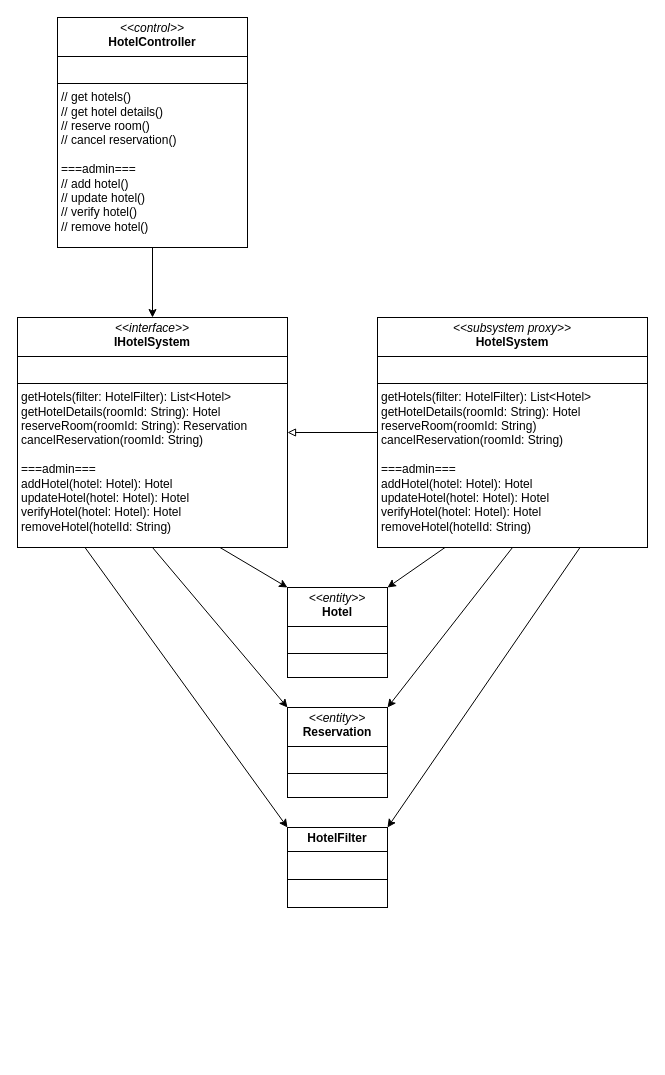
Earlier version of the draw.io diagram hotel_subsystem.drawio (tenmo2003/OOAD). Source tidied: cells renumbered, new cells numbered last; positions are measured from the earlier drawing's top-left corner, leaving out a move shared by most shapes. Both pictures are drawn from the tidied source at 100%, with x=0, y=0 at pixel (17, 17).
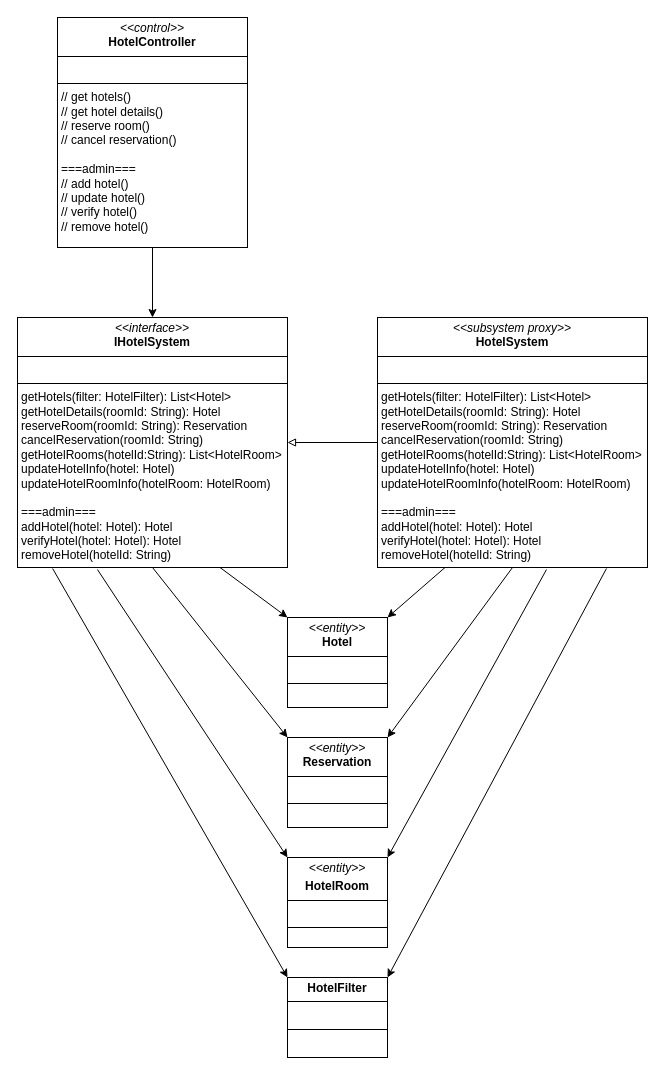
After the change.

Diff of the diagram source:
```diff
@@
 <mxGraphModel>
   <root>
     <mxCell id="0" />
     <mxCell id="1" parent="0" />
     <mxCell id="2" style="edgeStyle=orthogonalEdgeStyle;rounded=0;jettySize=auto;html=1;exitX=0.5;exitY=1;exitDx=0;exitDy=0;entryX=0.5;entryY=0;entryDx=0;entryDy=0;" parent="1" edge="1" source="3" target="7">
       <mxGeometry relative="1" as="geometry" />
     </mxCell>
     <mxCell id="3" value="&lt;p style=&quot;margin:0px;margin-top:4px;text-align:center;&quot;&gt;&lt;i&gt;&amp;lt;&amp;lt;control&amp;gt;&amp;gt;&lt;/i&gt;&lt;br&gt;&lt;b&gt;HotelController&lt;/b&gt;&lt;/p&gt;&lt;hr size=&quot;1&quot; style=&quot;border-style:solid;&quot;&gt;&lt;p style=&quot;margin:0px;margin-left:4px;&quot;&gt;&lt;br&gt;&lt;/p&gt;&lt;hr size=&quot;1&quot; style=&quot;border-style:solid;&quot;&gt;&lt;p style=&quot;margin:0px;margin-left:4px;&quot;&gt;// get hotels()&lt;/p&gt;&lt;p style=&quot;margin:0px;margin-left:4px;&quot;&gt;// get hotel details()&lt;/p&gt;&lt;p style=&quot;margin:0px;margin-left:4px;&quot;&gt;// reserve room()&lt;/p&gt;&lt;p style=&quot;margin:0px;margin-left:4px;&quot;&gt;// cancel reservation()&lt;/p&gt;&lt;p style=&quot;margin:0px;margin-left:4px;&quot;&gt;&lt;br&gt;&lt;/p&gt;&lt;p style=&quot;margin:0px;margin-left:4px;&quot;&gt;===admin===&lt;/p&gt;&lt;p style=&quot;margin:0px;margin-left:4px;&quot;&gt;// add hotel()&lt;/p&gt;&lt;p style=&quot;margin:0px;margin-left:4px;&quot;&gt;// update hotel()&lt;/p&gt;&lt;p style=&quot;margin:0px;margin-left:4px;&quot;&gt;// verify hotel()&lt;/p&gt;&lt;p style=&quot;margin:0px;margin-left:4px;&quot;&gt;// remove hotel()&lt;/p&gt;" style="verticalAlign=top;align=left;overflow=fill;html=1;whiteSpace=wrap;" parent="1" vertex="1">
       <mxGeometry x="40" width="190" height="230" as="geometry" />
     </mxCell>
     <mxCell id="4" style="rounded=0;jettySize=auto;html=1;exitX=0.75;exitY=1;exitDx=0;exitDy=0;entryX=0;entryY=0;entryDx=0;entryDy=0;" parent="1" edge="1" source="7" target="13">
       <mxGeometry relative="1" as="geometry" />
     </mxCell>
     <mxCell id="5" style="rounded=0;jettySize=auto;html=1;exitX=0.5;exitY=1;exitDx=0;exitDy=0;entryX=0;entryY=0;entryDx=0;entryDy=0;" parent="1" edge="1" source="7" target="15">
       <mxGeometry relative="1" as="geometry" />
     </mxCell>
-    <mxCell id="6" style="rounded=0;jettySize=auto;html=1;exitX=0.25;exitY=1;exitDx=0;exitDy=0;entryX=0;entryY=0;entryDx=0;entryDy=0;" parent="1" edge="1" source="7" target="14">
+    <mxCell id="6" style="rounded=0;jettySize=auto;html=1;exitX=0.13;exitY=1.004;exitDx=0;exitDy=0;entryX=0;entryY=0;entryDx=0;entryDy=0;exitPerimeter=0;" parent="1" edge="1" source="7" target="14">
       <mxGeometry relative="1" as="geometry" />
     </mxCell>
+    <mxCell id="16" style="rounded=0;jettySize=auto;html=1;exitX=0.296;exitY=1.008;exitDx=0;exitDy=0;entryX=0;entryY=0;entryDx=0;entryDy=0;exitPerimeter=0;" parent="1" edge="1" source="7" target="18">
+      <mxGeometry relative="1" as="geometry" />
+    </mxCell>
-    <mxCell id="7" value="&lt;p style=&quot;margin:0px;margin-top:4px;text-align:center;&quot;&gt;&lt;i&gt;&lt;span id=&quot;selected_text&quot;&gt;&lt;/span&gt;&lt;span id=&quot;selected_text&quot;&gt;&lt;/span&gt;&lt;span id=&quot;selected_text&quot;&gt;&lt;/span&gt;&lt;span id=&quot;selected_text&quot;&gt;&lt;/span&gt;&amp;lt;&amp;lt;interface&amp;gt;&amp;gt;&lt;/i&gt;&lt;br&gt;&lt;b&gt;IHotelSystem&lt;/b&gt;&lt;/p&gt;&lt;hr size=&quot;1&quot; style=&quot;border-style:solid;&quot;&gt;&lt;p style=&quot;margin:0px;margin-left:4px;&quot;&gt;&lt;br&gt;&lt;/p&gt;&lt;hr size=&quot;1&quot; style=&quot;border-style:solid;&quot;&gt;&lt;p style=&quot;margin:0px;margin-left:4px;&quot;&gt;getHotels(filter: HotelFilter): List&amp;lt;Hotel&amp;gt;&lt;/p&gt;&lt;p style=&quot;margin:0px;margin-left:4px;&quot;&gt;getHotelDetails(roomId: String): Hotel&lt;/p&gt;&lt;p style=&quot;margin:0px;margin-left:4px;&quot;&gt;reserveRoom(roomId: String): Reservation&lt;/p&gt;&lt;p style=&quot;margin:0px;margin-left:4px;&quot;&gt;cancelReservation(roomId: String)&lt;/p&gt;&lt;p style=&quot;margin:0px;margin-left:4px;&quot;&gt;&lt;br&gt;&lt;/p&gt;&lt;p style=&quot;margin:0px;margin-left:4px;&quot;&gt;===admin===&lt;/p&gt;&lt;p style=&quot;margin:0px;margin-left:4px;&quot;&gt;addHotel(hotel: Hotel): Hotel&lt;/p&gt;&lt;p style=&quot;margin:0px;margin-left:4px;&quot;&gt;updateHotel(hotel: Hotel): Hotel&lt;/p&gt;&lt;p style=&quot;margin:0px;margin-left:4px;&quot;&gt;verifyHotel(hotel: Hotel): Hotel&lt;/p&gt;&lt;p style=&quot;margin:0px;margin-left:4px;&quot;&gt;removeHotel(hotelId: String)&lt;/p&gt;" style="verticalAlign=top;align=left;overflow=fill;html=1;whiteSpace=wrap;" parent="1" vertex="1">
-      <mxGeometry y="300" width="270" height="230" as="geometry" />
+    <mxCell id="7" value="&lt;p style=&quot;margin:0px;margin-top:4px;text-align:center;&quot;&gt;&lt;i&gt;&amp;lt;&amp;lt;interface&amp;gt;&amp;gt;&lt;/i&gt;&lt;br&gt;&lt;b&gt;IHotelSystem&lt;/b&gt;&lt;/p&gt;&lt;hr size=&quot;1&quot; style=&quot;border-style:solid;&quot;&gt;&lt;p style=&quot;margin:0px;margin-left:4px;&quot;&gt;&lt;br&gt;&lt;/p&gt;&lt;hr size=&quot;1&quot; style=&quot;border-style:solid;&quot;&gt;&lt;p style=&quot;margin:0px;margin-left:4px;&quot;&gt;&lt;span id=&quot;selected_text&quot;&gt;&lt;/span&gt;getHotels(filter: HotelFilter): List&amp;lt;Hotel&amp;gt;&lt;/p&gt;&lt;p style=&quot;margin:0px;margin-left:4px;&quot;&gt;getHotelDetails(roomId: String): Hotel&lt;/p&gt;&lt;p style=&quot;margin:0px;margin-left:4px;&quot;&gt;reserveRoom(roomId: String): Reservation&lt;/p&gt;&lt;p style=&quot;margin:0px;margin-left:4px;&quot;&gt;cancelReservation(roomId: String)&lt;/p&gt;&lt;p style=&quot;margin:0px;margin-left:4px;&quot;&gt;getHotelRooms(hotelId:String): List&amp;lt;HotelRoom&amp;gt;&lt;/p&gt;&lt;p style=&quot;margin:0px;margin-left:4px;&quot;&gt;updateHotelInfo(hotel: Hotel)&lt;/p&gt;&lt;p style=&quot;margin:0px;margin-left:4px;&quot;&gt;updateHotelR&lt;span id=&quot;selected_text&quot;&gt;&lt;/span&gt;oomInfo(hotelRoom: HotelRoom)&lt;/p&gt;&lt;p style=&quot;margin:0px;margin-left:4px;&quot;&gt;&lt;br&gt;&lt;/p&gt;&lt;p style=&quot;margin:0px;margin-left:4px;&quot;&gt;===admin===&lt;/p&gt;&lt;p style=&quot;margin:0px;margin-left:4px;&quot;&gt;addHotel(hotel: Hotel): Hotel&lt;/p&gt;&lt;p style=&quot;margin:0px;margin-left:4px;&quot;&gt;verifyHotel(hotel: Hotel): Hotel&lt;/p&gt;&lt;p style=&quot;margin:0px;margin-left:4px;&quot;&gt;removeHotel(hotelId: String)&lt;/p&gt;" style="verticalAlign=top;align=left;overflow=fill;html=1;whiteSpace=wrap;" parent="1" vertex="1">
+      <mxGeometry y="300" width="270" height="250" as="geometry" />
     </mxCell>
     <mxCell id="8" style="edgeStyle=orthogonalEdgeStyle;rounded=0;jettySize=auto;html=1;exitX=0;exitY=0.5;exitDx=0;exitDy=0;entryX=1;entryY=0.5;entryDx=0;entryDy=0;endArrow=block;endFill=0;strokeWidth=1;" parent="1" edge="1" source="12" target="7">
       <mxGeometry relative="1" as="geometry" />
     </mxCell>
     <mxCell id="9" style="rounded=0;jettySize=auto;html=1;exitX=0.25;exitY=1;exitDx=0;exitDy=0;entryX=1;entryY=0;entryDx=0;entryDy=0;" parent="1" edge="1" source="12" target="13">
       <mxGeometry relative="1" as="geometry" />
     </mxCell>
     <mxCell id="10" style="rounded=0;jettySize=auto;html=1;exitX=0.5;exitY=1;exitDx=0;exitDy=0;entryX=1;entryY=0;entryDx=0;entryDy=0;" parent="1" edge="1" source="12" target="15">
       <mxGeometry relative="1" as="geometry" />
     </mxCell>
-    <mxCell id="11" style="rounded=0;jettySize=auto;html=1;exitX=0.75;exitY=1;exitDx=0;exitDy=0;entryX=1;entryY=0;entryDx=0;entryDy=0;" parent="1" edge="1" source="12" target="14">
+    <mxCell id="11" style="rounded=0;jettySize=auto;html=1;exitX=0.848;exitY=1.004;exitDx=0;exitDy=0;entryX=1;entryY=0;entryDx=0;entryDy=0;exitPerimeter=0;" parent="1" edge="1" source="12" target="14">
       <mxGeometry relative="1" as="geometry" />
     </mxCell>
+    <mxCell id="17" style="rounded=0;jettySize=auto;html=1;exitX=0.626;exitY=1.008;exitDx=0;exitDy=0;entryX=1;entryY=0;entryDx=0;entryDy=0;exitPerimeter=0;" parent="1" edge="1" source="12" target="18">
+      <mxGeometry relative="1" as="geometry" />
+    </mxCell>
-    <mxCell id="12" value="&lt;p style=&quot;margin:0px;margin-top:4px;text-align:center;&quot;&gt;&lt;i&gt;&amp;lt;&amp;lt;subsystem proxy&amp;gt;&amp;gt;&lt;/i&gt;&lt;br&gt;&lt;b&gt;&lt;span id=&quot;selected_text&quot;&gt;&lt;/span&gt;HotelSystem&lt;/b&gt;&lt;/p&gt;&lt;hr size=&quot;1&quot; style=&quot;border-style:solid;&quot;&gt;&lt;p style=&quot;margin:0px;margin-left:4px;&quot;&gt;&lt;br&gt;&lt;/p&gt;&lt;hr size=&quot;1&quot; style=&quot;border-style:solid;&quot;&gt;&lt;p style=&quot;margin:0px;margin-left:4px;&quot;&gt;getHotels(filter: HotelFilter): List&amp;lt;Hotel&amp;gt;&lt;/p&gt;&lt;p style=&quot;margin:0px;margin-left:4px;&quot;&gt;getHotelDetails(roomId: String): Hotel&lt;/p&gt;&lt;p style=&quot;margin:0px;margin-left:4px;&quot;&gt;reserveRoom(roomId: String)&lt;/p&gt;&lt;p style=&quot;margin:0px;margin-left:4px;&quot;&gt;cancelReservation(roomId: String)&lt;/p&gt;&lt;p style=&quot;margin:0px;margin-left:4px;&quot;&gt;&lt;br&gt;&lt;/p&gt;&lt;p style=&quot;margin:0px;margin-left:4px;&quot;&gt;===admin===&lt;/p&gt;&lt;p style=&quot;margin:0px;margin-left:4px;&quot;&gt;addHotel(hotel: Hotel): Hotel&lt;/p&gt;&lt;p style=&quot;margin:0px;margin-left:4px;&quot;&gt;updateHotel(hotel: Hotel): Hotel&lt;/p&gt;&lt;p style=&quot;margin:0px;margin-left:4px;&quot;&gt;verifyHotel(hotel: Hotel): Hotel&lt;/p&gt;&lt;p style=&quot;margin:0px;margin-left:4px;&quot;&gt;removeHotel(hotelId: String)&lt;/p&gt;" style="verticalAlign=top;align=left;overflow=fill;html=1;whiteSpace=wrap;" parent="1" vertex="1">
-      <mxGeometry x="360" y="300" width="270" height="230" as="geometry" />
+    <mxCell id="12" value="&lt;p style=&quot;margin:0px;margin-top:4px;text-align:center;&quot;&gt;&lt;i&gt;&amp;lt;&amp;lt;subsystem proxy&amp;gt;&amp;gt;&lt;/i&gt;&lt;br&gt;&lt;b&gt;HotelSystem&lt;/b&gt;&lt;/p&gt;&lt;hr size=&quot;1&quot; style=&quot;border-style:solid;&quot;&gt;&lt;p style=&quot;margin:0px;margin-left:4px;&quot;&gt;&lt;br&gt;&lt;/p&gt;&lt;hr size=&quot;1&quot; style=&quot;border-style:solid;&quot;&gt;&lt;p style=&quot;margin: 0px 0px 0px 4px;&quot;&gt;getHotels(filter: HotelFilter): List&amp;lt;Hotel&amp;gt;&lt;/p&gt;&lt;p style=&quot;margin: 0px 0px 0px 4px;&quot;&gt;getHotelDetails(roomId: String): Hotel&lt;/p&gt;&lt;p style=&quot;margin: 0px 0px 0px 4px;&quot;&gt;reserveRoom(roomId: String): Reservation&lt;/p&gt;&lt;p style=&quot;margin: 0px 0px 0px 4px;&quot;&gt;cancelReservation(roomId: String)&lt;/p&gt;&lt;p style=&quot;margin: 0px 0px 0px 4px;&quot;&gt;getHotelRooms(hotelId:String): List&amp;lt;HotelRoom&amp;gt;&lt;/p&gt;&lt;p style=&quot;margin: 0px 0px 0px 4px;&quot;&gt;updateHotelInfo(hotel: Hotel)&lt;/p&gt;&lt;p style=&quot;margin: 0px 0px 0px 4px;&quot;&gt;updateHotelR&lt;span id=&quot;selected_text&quot;&gt;&lt;/span&gt;oomInfo(hotelRoom: HotelRoom)&lt;/p&gt;&lt;p style=&quot;margin: 0px 0px 0px 4px;&quot;&gt;&lt;br&gt;&lt;/p&gt;&lt;p style=&quot;margin: 0px 0px 0px 4px;&quot;&gt;===admin===&lt;/p&gt;&lt;p style=&quot;margin: 0px 0px 0px 4px;&quot;&gt;addHotel(hotel: Hotel): Hotel&lt;/p&gt;&lt;p style=&quot;margin: 0px 0px 0px 4px;&quot;&gt;verifyHotel(hotel: Hotel): Hotel&lt;/p&gt;&lt;p style=&quot;margin: 0px 0px 0px 4px;&quot;&gt;&lt;/p&gt;&lt;p style=&quot;margin: 0px 0px 0px 4px;&quot;&gt;removeHotel(hotelId: String)&lt;/p&gt;" style="verticalAlign=top;align=left;overflow=fill;html=1;whiteSpace=wrap;" parent="1" vertex="1">
+      <mxGeometry x="360" y="300" width="270" height="250" as="geometry" />
     </mxCell>
     <mxCell id="13" value="&lt;p style=&quot;margin:0px;margin-top:4px;text-align:center;&quot;&gt;&lt;i&gt;&amp;lt;&amp;lt;entity&amp;gt;&amp;gt;&lt;/i&gt;&lt;br&gt;&lt;b&gt;Hotel&lt;/b&gt;&lt;/p&gt;&lt;hr size=&quot;1&quot; style=&quot;border-style:solid;&quot;&gt;&lt;p style=&quot;margin:0px;margin-left:4px;&quot;&gt;&lt;br&gt;&lt;/p&gt;&lt;hr size=&quot;1&quot; style=&quot;border-style:solid;&quot;&gt;&lt;p style=&quot;margin:0px;margin-left:4px;&quot;&gt;&lt;br&gt;&lt;/p&gt;" style="verticalAlign=top;align=left;overflow=fill;html=1;whiteSpace=wrap;" parent="1" vertex="1">
-      <mxGeometry x="270" y="570" width="100" height="90" as="geometry" />
+      <mxGeometry x="270" y="600" width="100" height="90" as="geometry" />
     </mxCell>
     <mxCell id="14" value="&lt;p style=&quot;margin:0px;margin-top:4px;text-align:center;&quot;&gt;&lt;b&gt;&lt;span id=&quot;selected_text&quot;&gt;&lt;/span&gt;HotelFilter&lt;/b&gt;&lt;/p&gt;&lt;hr size=&quot;1&quot; style=&quot;border-style:solid;&quot;&gt;&lt;p style=&quot;margin:0px;margin-left:4px;&quot;&gt;&lt;br&gt;&lt;/p&gt;&lt;hr size=&quot;1&quot; style=&quot;border-style:solid;&quot;&gt;&lt;p style=&quot;margin:0px;margin-left:4px;&quot;&gt;&lt;br&gt;&lt;/p&gt;" style="verticalAlign=top;align=left;overflow=fill;html=1;whiteSpace=wrap;" parent="1" vertex="1">
-      <mxGeometry x="270" y="810" width="100" height="80" as="geometry" />
+      <mxGeometry x="270" y="960" width="100" height="80" as="geometry" />
     </mxCell>
     <mxCell id="15" value="&lt;p style=&quot;margin:0px;margin-top:4px;text-align:center;&quot;&gt;&lt;i&gt;&amp;lt;&amp;lt;entity&amp;gt;&amp;gt;&lt;/i&gt;&lt;br&gt;&lt;b&gt;&lt;span id=&quot;selected_text&quot;&gt;&lt;/span&gt;Reservation&lt;/b&gt;&lt;/p&gt;&lt;hr size=&quot;1&quot; style=&quot;border-style:solid;&quot;&gt;&lt;p style=&quot;margin:0px;margin-left:4px;&quot;&gt;&lt;br&gt;&lt;/p&gt;&lt;hr size=&quot;1&quot; style=&quot;border-style:solid;&quot;&gt;&lt;p style=&quot;margin:0px;margin-left:4px;&quot;&gt;&lt;br&gt;&lt;/p&gt;" style="verticalAlign=top;align=left;overflow=fill;html=1;whiteSpace=wrap;" parent="1" vertex="1">
-      <mxGeometry x="270" y="690" width="100" height="90" as="geometry" />
+      <mxGeometry x="270" y="720" width="100" height="90" as="geometry" />
     </mxCell>
+    <mxCell id="18" value="&lt;p style=&quot;margin:0px;margin-top:4px;text-align:center;&quot;&gt;&lt;i&gt;&lt;span id=&quot;selected_text&quot;&gt;&lt;/span&gt;&amp;lt;&amp;lt;entity&amp;gt;&amp;gt;&lt;/i&gt;&lt;/p&gt;&lt;p style=&quot;margin:0px;margin-top:4px;text-align:center;&quot;&gt;&lt;b&gt;&lt;span id=&quot;selected_text&quot;&gt;&lt;/span&gt;&lt;span id=&quot;selected_text&quot;&gt;&lt;/span&gt;&lt;span id=&quot;selected_text&quot;&gt;&lt;/span&gt;HotelRoom&lt;/b&gt;&lt;/p&gt;&lt;hr size=&quot;1&quot; style=&quot;border-style:solid;&quot;&gt;&lt;p style=&quot;margin:0px;margin-left:4px;&quot;&gt;&lt;br&gt;&lt;/p&gt;&lt;hr size=&quot;1&quot; style=&quot;border-style:solid;&quot;&gt;&lt;p style=&quot;margin:0px;margin-left:4px;&quot;&gt;&lt;br&gt;&lt;/p&gt;" style="verticalAlign=top;align=left;overflow=fill;html=1;whiteSpace=wrap;" parent="1" vertex="1">
+      <mxGeometry x="270" y="840" width="100" height="90" as="geometry" />
+    </mxCell>
   </root>
 </mxGraphModel>
```
